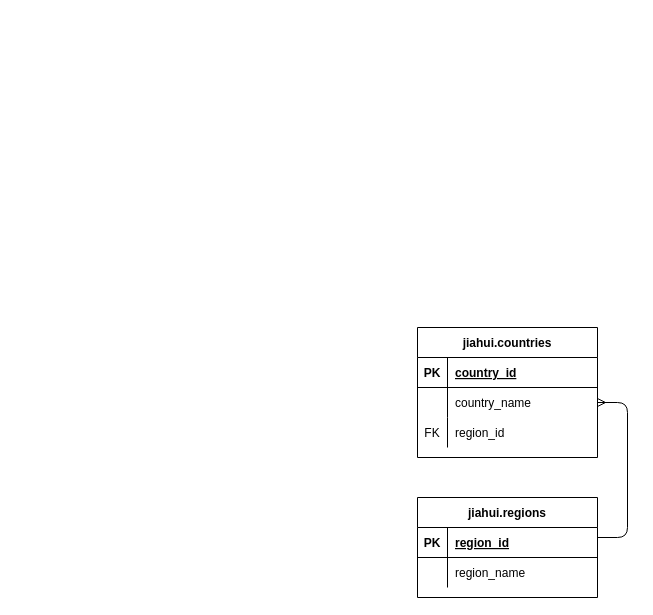
gracexia02/Assignment7_ERDs-with-draw.io keeps this draw.io diagram as HR_ERD.drawio. Above is the earlier version. Source tidied: cells renumbered, new cells numbered last; positions are measured from the earlier drawing's top-left corner, leaving out a move shared by most shapes. Both pictures are drawn from the tidied source at 100%, with x=0, y=0 at pixel (417, 327).
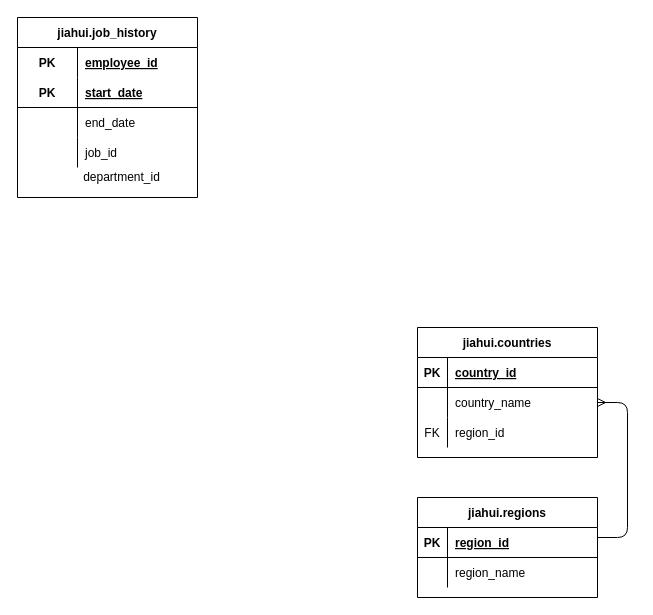
The same diagram, later.

Change to the diagram source:
```diff
@@
+    <mxCell id="20" value="jiahui.job_history" style="shape=table;startSize=30;childLayout=tableLayout;rowLines=0;fontStyle=1;align=center;strokeColor=#000000;" parent="1" vertex="1">
+      <mxGeometry x="-400" y="-310" width="180" height="180" as="geometry" />
+    </mxCell>
+    <mxCell id="21" style="shape=partialRectangle;fillColor=none;top=0;left=0;bottom=0;right=0;" parent="20" vertex="1">
+      <mxGeometry y="30" width="180" height="30" as="geometry" />
+    </mxCell>
+    <mxCell id="22" value="PK" style="shape=partialRectangle;fillColor=none;top=0;left=0;bottom=0;right=0;fontStyle=1;overflow=hidden;" parent="21" vertex="1">
+      <mxGeometry width="60" height="30" as="geometry" />
+    </mxCell>
+    <mxCell id="23" value="employee_id" style="shape=partialRectangle;fillColor=none;top=0;left=0;bottom=0;right=0;align=left;spacingLeft=6;fontStyle=5;overflow=hidden;" parent="21" vertex="1">
+      <mxGeometry x="60" width="120" height="30" as="geometry" />
+    </mxCell>
+    <mxCell id="24" style="shape=partialRectangle;fillColor=none;top=0;left=0;bottom=1;right=0;" parent="20" vertex="1">
+      <mxGeometry y="60" width="180" height="30" as="geometry" />
+    </mxCell>
+    <mxCell id="25" value="PK" style="shape=partialRectangle;fillColor=none;top=0;left=0;bottom=0;right=0;fontStyle=1;overflow=hidden;" parent="24" vertex="1">
+      <mxGeometry width="60" height="30" as="geometry" />
+    </mxCell>
+    <mxCell id="26" value="start_date" style="shape=partialRectangle;fillColor=none;top=0;left=0;bottom=0;right=0;align=left;spacingLeft=6;fontStyle=5;overflow=hidden;" parent="24" vertex="1">
+      <mxGeometry x="60" width="120" height="30" as="geometry" />
+    </mxCell>
+    <mxCell id="27" style="shape=partialRectangle;fillColor=none;top=0;left=0;bottom=0;right=0;" parent="20" vertex="1">
+      <mxGeometry y="90" width="180" height="30" as="geometry" />
+    </mxCell>
+    <mxCell id="28" style="shape=partialRectangle;fillColor=none;top=0;left=0;bottom=0;right=0;overflow=hidden;" parent="27" vertex="1">
+      <mxGeometry width="60" height="30" as="geometry" />
+    </mxCell>
+    <mxCell id="29" value="end_date" style="shape=partialRectangle;fillColor=none;top=0;left=0;bottom=0;right=0;align=left;spacingLeft=6;overflow=hidden;" parent="27" vertex="1">
+      <mxGeometry x="60" width="120" height="30" as="geometry" />
+    </mxCell>
+    <mxCell id="30" style="shape=partialRectangle;fillColor=none;top=0;left=0;bottom=0;right=0;" parent="20" vertex="1">
+      <mxGeometry y="120" width="180" height="30" as="geometry" />
+    </mxCell>
+    <mxCell id="31" style="shape=partialRectangle;fillColor=none;top=0;left=0;bottom=0;right=0;overflow=hidden;" parent="30" vertex="1">
+      <mxGeometry width="60" height="30" as="geometry" />
+    </mxCell>
+    <mxCell id="32" value="job_id" style="shape=partialRectangle;fillColor=none;top=0;left=0;bottom=0;right=0;align=left;spacingLeft=6;overflow=hidden;" parent="30" vertex="1">
+      <mxGeometry x="60" width="120" height="30" as="geometry" />
+    </mxCell>
+    <mxCell id="33" value="department_id" style="text;html=1;align=center;verticalAlign=middle;" parent="1" vertex="1">
+      <mxGeometry x="-341" y="-160" width="90" height="20" as="geometry" />
+    </mxCell>
```
